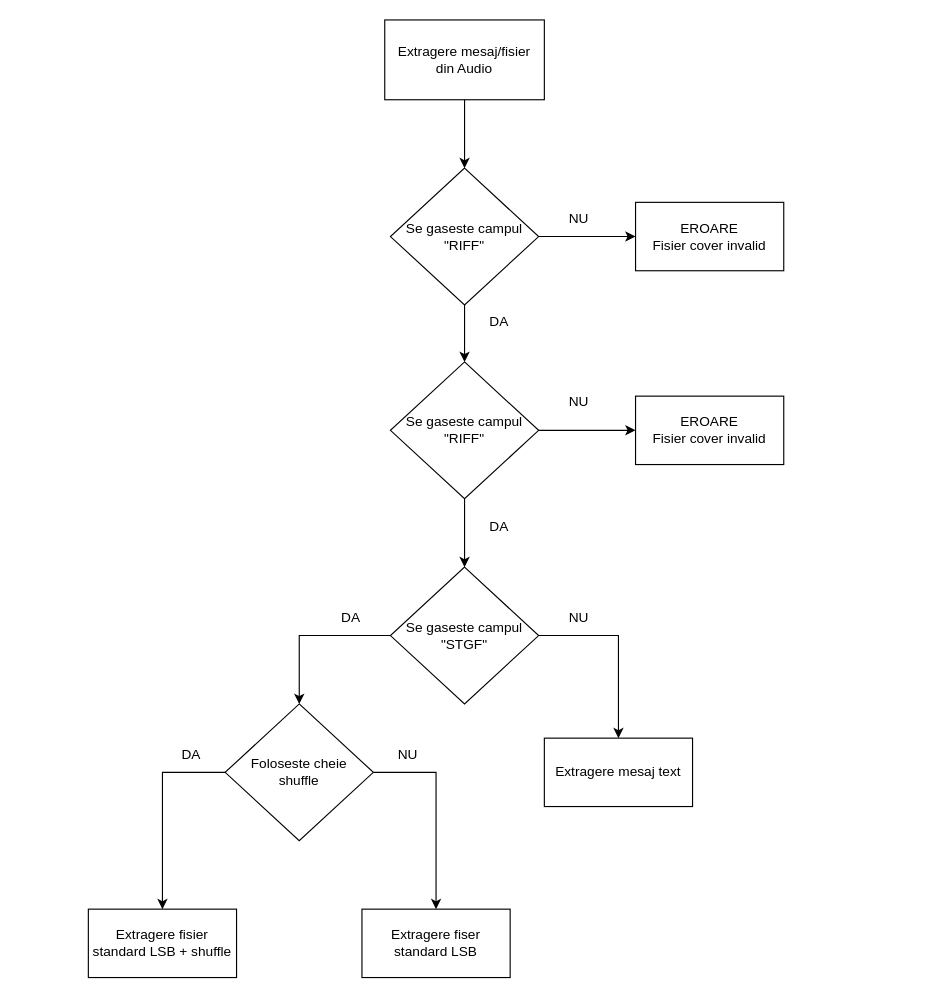
Before: Extraction_from_wav.drawio in DarkD18/Aplicatie_steganografie, a draw.io diagram. Source tidied: cells renumbered, new cells numbered last; positions are measured from the earlier drawing's top-left corner, leaving out a move shared by most shapes. Both pictures are drawn from the tidied source at 114%, with x=0, y=0 at pixel (88, 19).
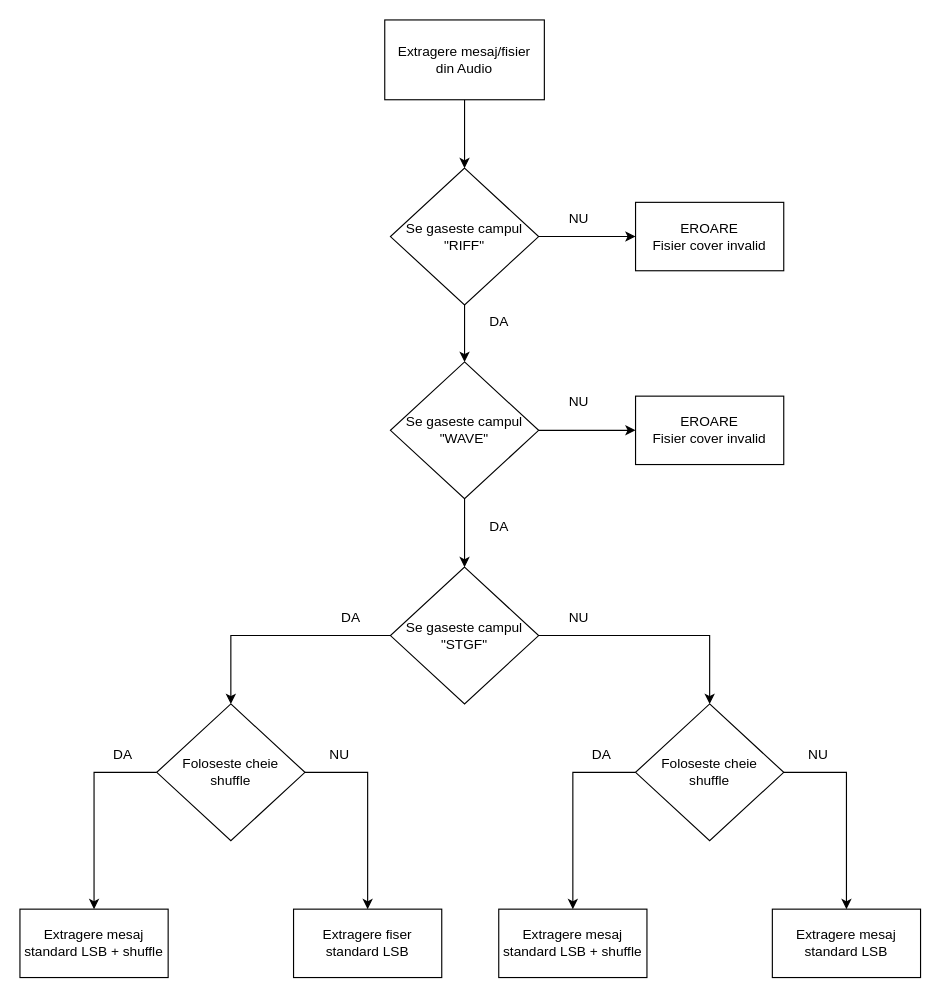
The same page after the edit.

The change refers to these unchanged cells:
```xml
<mxCell id="17" value="Se gaseste campul &quot;STGF&quot;" style="rhombus;whiteSpace=wrap;html=1;" parent="1" vertex="1">
  <mxGeometry x="265" y="480" width="130" height="120" as="geometry" />
</mxCell>
```

What changed in the source:
```diff
@@
-    <mxCell id="11" value="Se gaseste campul &quot;RIFF&quot;" style="rhombus;whiteSpace=wrap;html=1;" parent="1" vertex="1">
+    <mxCell id="11" value="Se gaseste campul &quot;WAVE&quot;" style="rhombus;whiteSpace=wrap;html=1;" parent="1" vertex="1">
       <mxGeometry x="265" y="300" width="130" height="120" as="geometry" />
     </mxCell>
@@
-    <mxCell id="15" style="edgeStyle=orthogonalEdgeStyle;rounded=0;jettySize=auto;html=1;exitX=1;exitY=0.5;exitDx=0;exitDy=0;entryX=0.5;entryY=0;entryDx=0;entryDy=0;strokeColor=light-dark(#000000,#3333FF);" parent="1" edge="1" source="17" target="20">
+    <mxCell id="15" style="edgeStyle=orthogonalEdgeStyle;rounded=0;jettySize=auto;html=1;exitX=1;exitY=0.5;exitDx=0;exitDy=0;entryX=0.5;entryY=0;entryDx=0;entryDy=0;strokeColor=light-dark(#000000,#3333FF);" parent="1" edge="1" source="17" target="31">
       <mxGeometry relative="1" as="geometry" />
     </mxCell>
@@
-    <mxCell id="20" value="Extragere mesaj text" style="rounded=0;whiteSpace=wrap;html=1;" parent="1" vertex="1">
-      <mxGeometry x="400" y="630" width="130" height="60" as="geometry" />
-    </mxCell>
@@
     <mxCell id="23" value="Foloseste cheie&lt;div&gt;shuffle&lt;/div&gt;" style="rhombus;whiteSpace=wrap;html=1;" parent="1" vertex="1">
-      <mxGeometry x="120" y="600" width="130" height="120" as="geometry" />
+      <mxGeometry x="60" y="600" width="130" height="120" as="geometry" />
     </mxCell>
@@
     <mxCell id="25" value="Extragere fiser standard LSB" style="rounded=0;whiteSpace=wrap;html=1;" parent="1" vertex="1">
-      <mxGeometry x="240" y="780" width="130" height="60" as="geometry" />
+      <mxGeometry x="180" y="780" width="130" height="60" as="geometry" />
     </mxCell>
-    <mxCell id="26" value="Extragere fisier standard LSB + shuffle" style="rounded=0;whiteSpace=wrap;html=1;" parent="1" vertex="1">
-      <mxGeometry y="780" width="130" height="60" as="geometry" />
+    <mxCell id="26" value="Extragere mesaj standard LSB + shuffle" style="rounded=0;whiteSpace=wrap;html=1;" parent="1" vertex="1">
+      <mxGeometry x="-60" y="780" width="130" height="60" as="geometry" />
     </mxCell>
     <mxCell id="27" value="&lt;font style=&quot;color: light-dark(rgb(0, 0, 0), rgb(153, 153, 255));&quot;&gt;DA&lt;/font&gt;" style="text;html=1;align=center;verticalAlign=middle;strokeColor=none;fillColor=none;" parent="1" vertex="1">
-      <mxGeometry x="70" y="630" width="40" height="30" as="geometry" />
+      <mxGeometry x="10" y="630" width="40" height="30" as="geometry" />
     </mxCell>
     <mxCell id="28" value="&lt;font style=&quot;color: light-dark(rgb(0, 0, 0), rgb(153, 153, 255));&quot;&gt;NU&lt;/font&gt;" style="text;html=1;align=center;verticalAlign=middle;strokeColor=none;fillColor=none;" parent="1" vertex="1">
-      <mxGeometry x="260" y="630" width="40" height="30" as="geometry" />
+      <mxGeometry x="200" y="630" width="40" height="30" as="geometry" />
     </mxCell>
+    <mxCell id="29" style="edgeStyle=orthogonalEdgeStyle;rounded=0;jettySize=auto;html=1;exitX=1;exitY=0.5;exitDx=0;exitDy=0;entryX=0.5;entryY=0;entryDx=0;entryDy=0;strokeColor=light-dark(#000000,#3333FF);" parent="1" edge="1" source="31" target="32">
+      <mxGeometry relative="1" as="geometry" />
+    </mxCell>
+    <mxCell id="30" style="edgeStyle=orthogonalEdgeStyle;rounded=0;jettySize=auto;html=1;exitX=0;exitY=0.5;exitDx=0;exitDy=0;entryX=0.5;entryY=0;entryDx=0;entryDy=0;strokeColor=light-dark(#000000,#3333FF);" parent="1" edge="1" source="31" target="33">
+      <mxGeometry relative="1" as="geometry" />
+    </mxCell>
+    <mxCell id="31" value="Foloseste cheie&lt;div&gt;shuffle&lt;/div&gt;" style="rhombus;whiteSpace=wrap;html=1;" parent="1" vertex="1">
+      <mxGeometry x="480" y="600" width="130" height="120" as="geometry" />
+    </mxCell>
+    <mxCell id="32" value="Extragere mesaj standard LSB" style="rounded=0;whiteSpace=wrap;html=1;" parent="1" vertex="1">
+      <mxGeometry x="600" y="780" width="130" height="60" as="geometry" />
+    </mxCell>
+    <mxCell id="33" value="Extragere mesaj standard LSB + shuffle" style="rounded=0;whiteSpace=wrap;html=1;" parent="1" vertex="1">
+      <mxGeometry x="360" y="780" width="130" height="60" as="geometry" />
+    </mxCell>
+    <mxCell id="34" value="&lt;font style=&quot;color: light-dark(rgb(0, 0, 0), rgb(153, 153, 255));&quot;&gt;DA&lt;/font&gt;" style="text;html=1;align=center;verticalAlign=middle;strokeColor=none;fillColor=none;" parent="1" vertex="1">
+      <mxGeometry x="430" y="630" width="40" height="30" as="geometry" />
+    </mxCell>
+    <mxCell id="35" value="&lt;font style=&quot;color: light-dark(rgb(0, 0, 0), rgb(153, 153, 255));&quot;&gt;NU&lt;/font&gt;" style="text;html=1;align=center;verticalAlign=middle;strokeColor=none;fillColor=none;" parent="1" vertex="1">
+      <mxGeometry x="620" y="630" width="40" height="30" as="geometry" />
+    </mxCell>
```
